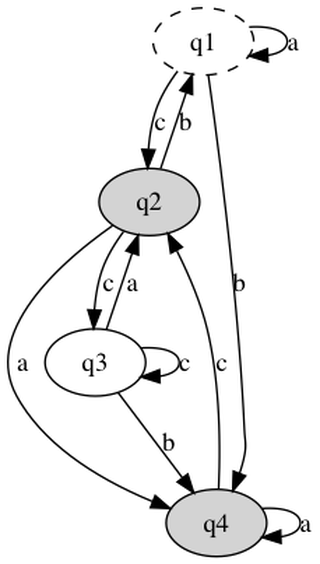
The Graphviz diagram graph.png in Kaiomaru/fs-machine, before a commit. Its source is kept beside it as graph.dot.
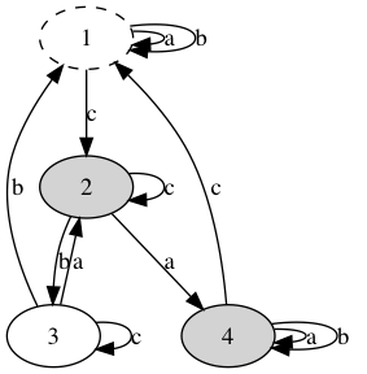
After the commit.

Change to the diagram source:
```diff
@@ -1,27 +1,41 @@
 digraph "" {
-	q1	 [style=dashed];
-	q1 -> q1	 [label=a,
-		weight=a];
-	q2	 [style=filled];
-	q1 -> q2	 [label=c,
-		weight=c];
-	q4	 [style=filled];
-	q1 -> q4	 [label=b,
-		weight=b];
-	q2 -> q1	 [label=b,
-		weight=b];
-	q2 -> q4	 [label=a,
-		weight=a];
-	q2 -> q3	 [label=c,
-		weight=c];
-	q4 -> q2	 [label=c,
-		weight=c];
-	q4 -> q4	 [label=a,
-		weight=a];
-	q3 -> q2	 [label=a,
-		weight=a];
-	q3 -> q4	 [label=b,
-		weight=b];
-	q3 -> q3	 [label=c,
-		weight=c];
+	1	 [style=dashed];
+	1 -> 1 [key=0,
+	label=a,
+	weight=a];
+1 -> 1 [key=1,
+label=b,
+weight=b];
+2 [style=filled];
+1 -> 2 [key=0,
+label=c,
+weight=c];
+4 [style=filled];
+4 -> 1 [key=0,
+label=c,
+weight=c];
+4 -> 4 [key=0,
+label=a,
+weight=a];
+4 -> 4 [key=1,
+label=b,
+weight=b];
+2 -> 4 [key=0,
+label=a,
+weight=a];
+2 -> 2 [key=0,
+label=c,
+weight=c];
+2 -> 3 [key=0,
+label=b,
+weight=b];
+3 -> 1 [key=0,
+label=b,
+weight=b];
+3 -> 2 [key=0,
+label=a,
+weight=a];
+3 -> 3 [key=0,
+label=c,
+weight=c];
 }
```
